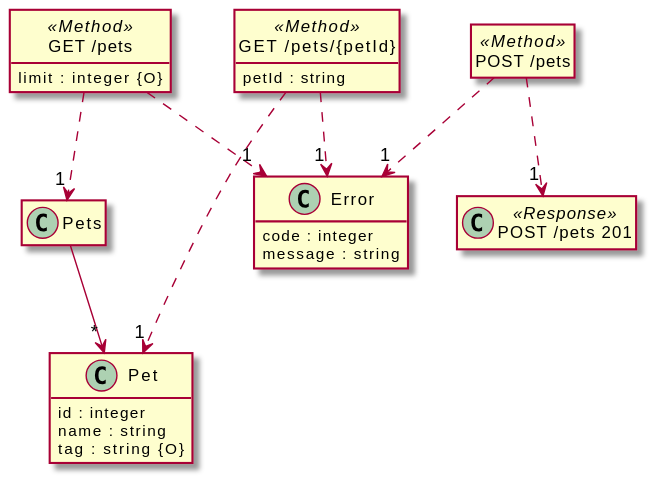
Above: src/docs/tests/petstore.puml.svg in davidmoten/openapi-to-plantuml (PlantUML), before the change.
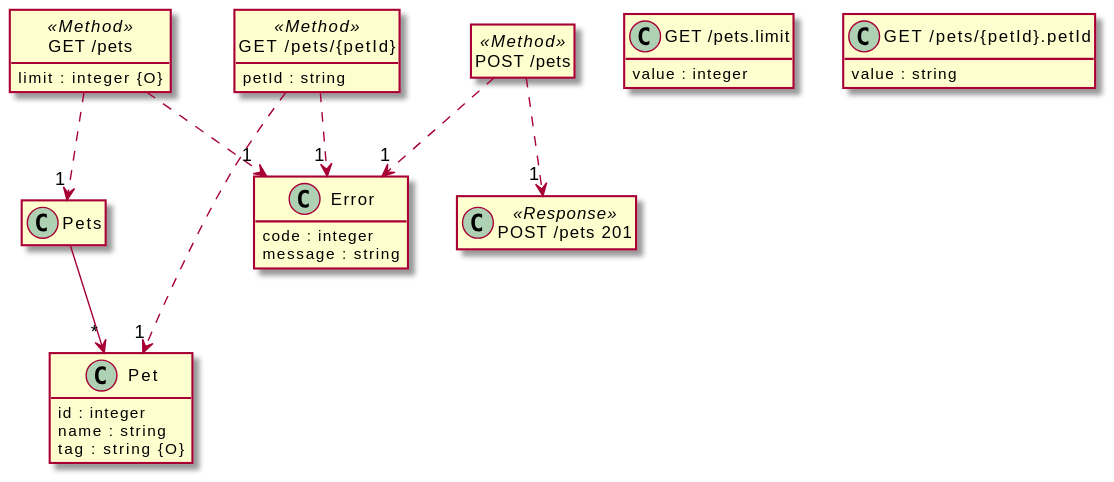
The same file after the commit.

The edit, as a diff of the source:
```diff
@@ -22,6 +22,10 @@
   limit : integer {O}
 }
 
+class "GET /pets.limit" {
+  value : integer
+}
+
 class "POST /pets" <<Method>> {
 }
 
@@ -30,6 +34,10 @@
 
 class "GET /pets/{petId}" <<Method>> {
   petId : string
+}
+
+class "GET /pets/{petId}.petId" {
+  value : string
 }
 
 "Pets" --> "*" "Pet"
```
